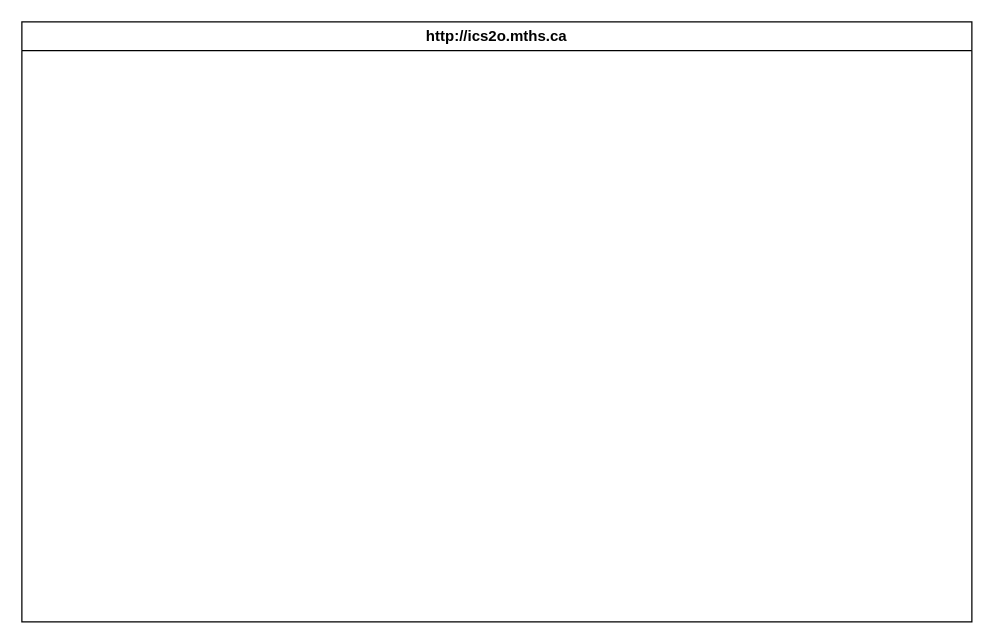
The draw.io diagram design/storyboard.drawio in MTHS-ICD2O-1-2023/ICD2O-Unit-3-04-manya-feng, before the edit. Source tidied: cells renumbered, new cells numbered last; positions are measured from the earlier drawing's top-left corner, leaving out a move shared by most shapes. Both pictures are drawn from the tidied source at 125%, with x=0, y=0 at pixel (21, 21).
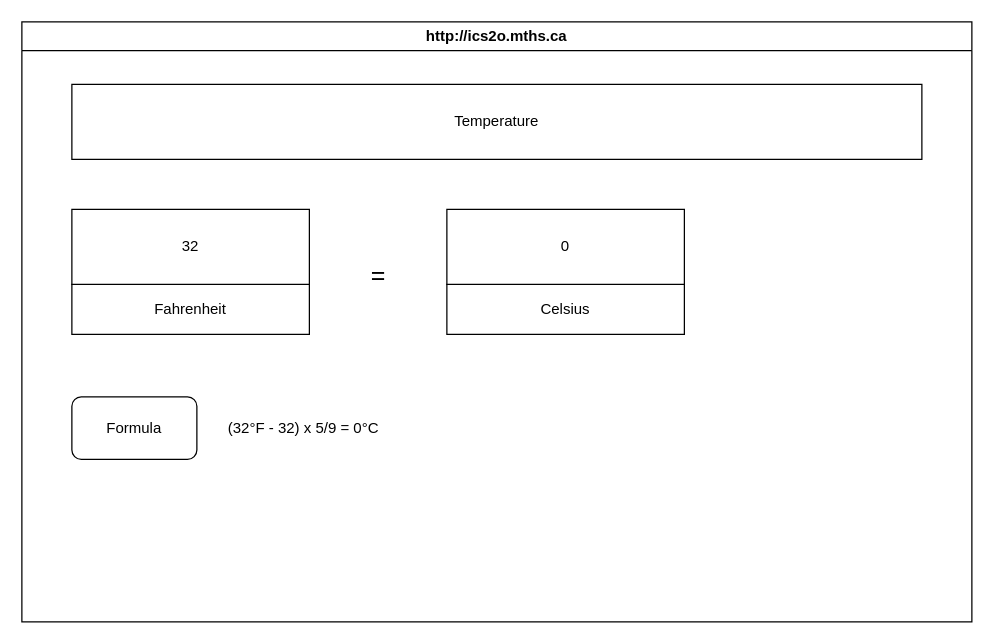
The same diagram, later.

What changed in the source:
```diff
@@
 <mxGraphModel>
   <root>
     <mxCell id="0" />
     <mxCell id="1" parent="0" />
     <mxCell id="2" value="http://ics2o.mths.ca" style="swimlane;whiteSpace=wrap;html=1;" parent="1" vertex="1">
       <mxGeometry width="760" height="480" as="geometry" />
     </mxCell>
+    <mxCell id="3" value="Temperature" style="whiteSpace=wrap;html=1;" parent="2" vertex="1">
+      <mxGeometry x="40" y="50" width="680" height="60" as="geometry" />
+    </mxCell>
+    <mxCell id="4" value="Fahrenheit" style="rounded=0;whiteSpace=wrap;html=1;" parent="2" vertex="1">
+      <mxGeometry x="40" y="210" width="190" height="40" as="geometry" />
+    </mxCell>
+    <mxCell id="5" value="32" style="rounded=0;whiteSpace=wrap;html=1;" parent="2" vertex="1">
+      <mxGeometry x="40" y="150" width="190" height="60" as="geometry" />
+    </mxCell>
+    <mxCell id="6" value="Celsius" style="rounded=0;whiteSpace=wrap;html=1;" parent="2" vertex="1">
+      <mxGeometry x="340" y="210" width="190" height="40" as="geometry" />
+    </mxCell>
+    <mxCell id="7" value="0" style="rounded=0;whiteSpace=wrap;html=1;" parent="2" vertex="1">
+      <mxGeometry x="340" y="150" width="190" height="60" as="geometry" />
+    </mxCell>
+    <mxCell id="8" value="Formula" style="rounded=1;whiteSpace=wrap;html=1;fontSize=12;" parent="2" vertex="1">
+      <mxGeometry x="40" y="300" width="100" height="50" as="geometry" />
+    </mxCell>
+    <mxCell id="9" value="(32°F - 32) x 5/9 = 0°C" style="text;html=1;align=center;verticalAlign=middle;strokeColor=none;fillColor=none;fontSize=12;" parent="2" vertex="1">
+      <mxGeometry x="155" y="310" width="140" height="30" as="geometry" />
+    </mxCell>
+    <mxCell id="10" value="=" style="text;html=1;align=center;verticalAlign=middle;strokeColor=none;fillColor=none;fontSize=20;" parent="2" vertex="1">
+      <mxGeometry x="265" y="182" width="40" height="40" as="geometry" />
+    </mxCell>
   </root>
 </mxGraphModel>
```
